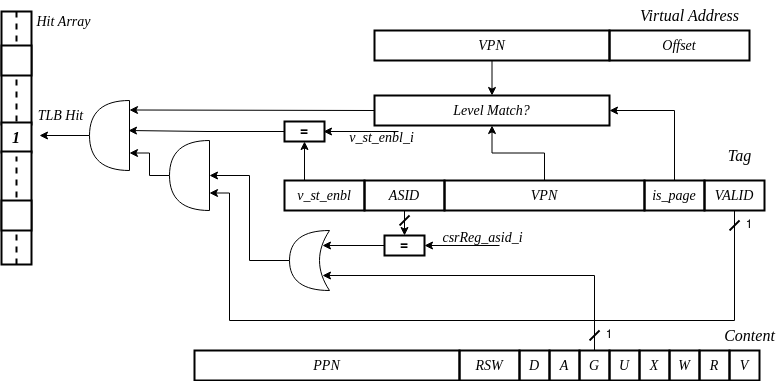
openhwgroup/cva6 keeps this draw.io diagram as docs/03_cva6_design/_static/cva6_tlb_hit.png. Above is the earlier version. Source tidied: cells renumbered, new cells last; positions are measured from the earlier drawing's top-left corner, leaving out a move shared by most shapes.
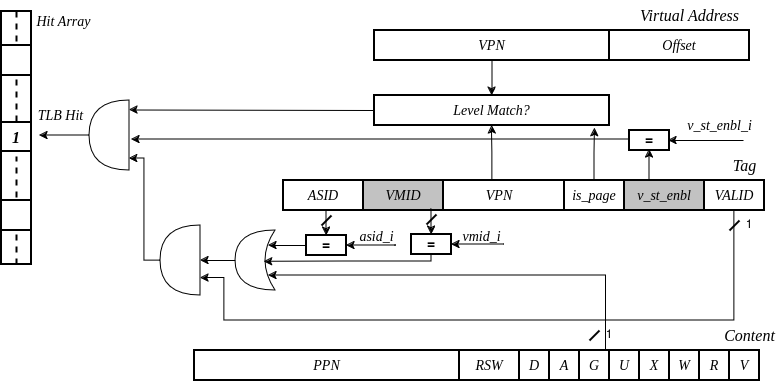
Later version of the same file.

Diff of the diagram source:
```diff
@@ -6,8 +6,8 @@
       <mxGeometry relative="1" as="geometry">
         <Array as="points">
           <mxPoint x="733" y="320" />
-          <mxPoint x="228" y="320" />
-          <mxPoint x="228" y="193" />
+          <mxPoint x="223" y="320" />
+          <mxPoint x="223" y="278" />
         </Array>
       </mxGeometry>
     </mxCell>
@@ -15,16 +15,18 @@
       <mxGeometry x="703" y="180" width="60" height="30" as="geometry" />
     </mxCell>
     <mxCell id="4" value="is_page" style="rounded=0;whiteSpace=wrap;html=1;strokeWidth=2;fillColor=none;fontStyle=2;fontSize=14;fontFamily=Times New Roman;" parent="1" vertex="1">
-      <mxGeometry x="643" y="180" width="60" height="30" as="geometry" />
+      <mxGeometry x="563" y="180" width="60" height="30" as="geometry" />
     </mxCell>
     <mxCell id="5" value="VPN" style="rounded=0;whiteSpace=wrap;html=1;strokeWidth=2;fillColor=none;fontStyle=2;fontSize=14;fontFamily=Times New Roman;" parent="1" vertex="1">
-      <mxGeometry x="443" y="180" width="200" height="30" as="geometry" />
+      <mxGeometry x="433" y="180" width="130" height="30" as="geometry" />
     </mxCell>
-    <mxCell id="6" style="edgeStyle=orthogonalEdgeStyle;rounded=0;jettySize=auto;html=1;exitX=0.5;exitY=1;exitDx=0;exitDy=0;entryX=0.5;entryY=0;entryDx=0;entryDy=0;" parent="1" edge="1" source="7" target="22">
-      <mxGeometry relative="1" as="geometry" />
+    <mxCell id="6" style="edgeStyle=orthogonalEdgeStyle;rounded=0;jettySize=auto;html=1;exitX=0.5;exitY=1;exitDx=0;exitDy=0;entryX=0.5;entryY=0;entryDx=0;entryDy=0;" parent="1" edge="1" target="22">
+      <mxGeometry relative="1" as="geometry">
+        <mxPoint x="324" y="210" as="sourcePoint" />
+      </mxGeometry>
     </mxCell>
-    <mxCell id="7" value="ASID" style="rounded=0;whiteSpace=wrap;html=1;strokeWidth=2;fillColor=none;fontStyle=2;fontSize=14;fontFamily=Times New Roman;" parent="1" vertex="1">
-      <mxGeometry x="363" y="180" width="80" height="30" as="geometry" />
+    <mxCell id="7" value="VMID" style="rounded=0;whiteSpace=wrap;html=1;strokeWidth=2;fillColor=#C2C2C2;fontStyle=2;fontSize=14;fontFamily=Times New Roman;" parent="1" vertex="1">
+      <mxGeometry x="362" y="180" width="80" height="30" as="geometry" />
     </mxCell>
     <mxCell id="8" value="V" style="rounded=0;whiteSpace=wrap;html=1;strokeWidth=2;fillColor=none;fontStyle=2;fontSize=14;fontFamily=Times New Roman;" parent="1" vertex="1">
       <mxGeometry x="728" y="350" width="30" height="30" as="geometry" />
@@ -41,10 +43,11 @@
     <mxCell id="12" value="U" style="rounded=0;whiteSpace=wrap;html=1;strokeWidth=2;fillColor=none;fontStyle=2;fontSize=14;fontFamily=Times New Roman;" parent="1" vertex="1">
       <mxGeometry x="608" y="350" width="30" height="30" as="geometry" />
     </mxCell>
-    <mxCell id="13" style="edgeStyle=orthogonalEdgeStyle;rounded=0;jettySize=auto;html=1;exitX=0.5;exitY=0;exitDx=0;exitDy=0;entryX=0.175;entryY=0.25;entryDx=0;entryDy=0;entryPerimeter=0;" parent="1" edge="1" source="14" target="24">
+    <mxCell id="13" style="edgeStyle=orthogonalEdgeStyle;rounded=0;jettySize=auto;html=1;exitX=0.5;exitY=0;exitDx=0;exitDy=0;entryX=0.175;entryY=0.25;entryDx=0;entryDy=0;entryPerimeter=0;" parent="1" edge="1" target="24">
       <mxGeometry relative="1" as="geometry">
+        <mxPoint x="604.6" y="350" as="sourcePoint" />
         <Array as="points">
-          <mxPoint x="593" y="275" />
+          <mxPoint x="605" y="275" />
         </Array>
       </mxGeometry>
     </mxCell>
@@ -73,19 +76,24 @@
       <mxGeometry relative="1" as="geometry" />
     </mxCell>
     <mxCell id="22" value="&lt;span style=&quot;font-size: 14px;&quot;&gt;=&lt;/span&gt;" style="rounded=0;whiteSpace=wrap;html=1;fontStyle=1;fontSize=14;strokeWidth=2;" parent="1" vertex="1">
-      <mxGeometry x="383" y="235" width="40" height="20" as="geometry" />
+      <mxGeometry x="305" y="235" width="40" height="20" as="geometry" />
     </mxCell>
     <mxCell id="23" style="edgeStyle=orthogonalEdgeStyle;rounded=0;jettySize=auto;html=1;exitX=1;exitY=0.5;exitDx=0;exitDy=0;exitPerimeter=0;entryX=0;entryY=0.5;entryDx=0;entryDy=0;entryPerimeter=0;" parent="1" edge="1" source="24" target="26">
       <mxGeometry relative="1" as="geometry" />
     </mxCell>
     <mxCell id="24" style="shape=xor;whiteSpace=wrap;html=1;rotation=-180;fontStyle=0;" parent="1" vertex="1">
-      <mxGeometry x="288" y="230" width="40" height="60" as="geometry" />
+      <mxGeometry x="234" y="230" width="40" height="60" as="geometry" />
     </mxCell>
-    <mxCell id="25" style="edgeStyle=orthogonalEdgeStyle;rounded=0;jettySize=auto;html=1;exitX=1;exitY=0.5;exitDx=0;exitDy=0;exitPerimeter=0;entryX=0;entryY=0.25;entryDx=0;entryDy=0;entryPerimeter=0;" parent="1" edge="1" source="26" target="29">
-      <mxGeometry relative="1" as="geometry" />
+    <mxCell id="25" style="edgeStyle=orthogonalEdgeStyle;rounded=0;jettySize=auto;html=1;exitX=1;exitY=0.5;exitDx=0;exitDy=0;exitPerimeter=0;entryX=0.007;entryY=0.173;entryDx=0;entryDy=0;entryPerimeter=0;" parent="1" edge="1" source="26" target="29">
+      <mxGeometry relative="1" as="geometry">
+        <Array as="points">
+          <mxPoint x="143" y="260" />
+          <mxPoint x="143" y="158" />
+        </Array>
+      </mxGeometry>
     </mxCell>
     <mxCell id="26" style="shape=or;whiteSpace=wrap;html=1;rotation=-180;" parent="1" vertex="1">
-      <mxGeometry x="168" y="140" width="40" height="70" as="geometry" />
+      <mxGeometry x="159" y="225" width="40" height="70" as="geometry" />
     </mxCell>
     <mxCell id="27" style="edgeStyle=orthogonalEdgeStyle;rounded=0;jettySize=auto;html=1;exitX=0;exitY=0.5;exitDx=0;exitDy=0;entryX=0;entryY=0.75;entryDx=0;entryDy=0;entryPerimeter=0;" parent="1" edge="1" source="51">
       <mxGeometry relative="1" as="geometry">
@@ -100,13 +108,8 @@
     <mxCell id="29" style="shape=or;whiteSpace=wrap;html=1;rotation=-180;" parent="1" vertex="1">
       <mxGeometry x="88" y="100" width="40" height="70" as="geometry" />
     </mxCell>
-    <mxCell id="30" style="endArrow=classic;html=1;rounded=0;entryX=1;entryY=0.5;entryDx=0;entryDy=0;" parent="1" edge="1" target="22">
-      <mxGeometry relative="1" as="geometry">
-        <mxPoint x="498" y="245" as="sourcePoint" />
-      </mxGeometry>
-    </mxCell>
-    <mxCell id="31" value="csrReg_asid_i" style="text;html=1;align=center;verticalAlign=middle;strokeColor=none;fillColor=none;fontFamily=Times New Roman;fontSize=14;fontStyle=2;" parent="1" vertex="1">
-      <mxGeometry x="431" y="222" width="100" height="30" as="geometry" />
+    <mxCell id="31" value="asid_i" style="text;html=1;align=center;verticalAlign=middle;strokeColor=none;fillColor=none;fontFamily=Times New Roman;fontSize=14;fontStyle=2;" parent="1" vertex="1">
+      <mxGeometry x="345" y="221" width="60" height="30" as="geometry" />
     </mxCell>
     <mxCell id="32" value="TLB Hit" style="text;html=1;align=center;verticalAlign=middle;strokeColor=none;fillColor=none;fontFamily=Times New Roman;fontSize=14;fontStyle=2;" parent="1" vertex="1">
       <mxGeometry x="24" y="100" width="70" height="30" as="geometry" />
@@ -131,15 +134,15 @@
     </mxCell>
     <mxCell id="37" style="endArrow=none;html=1;rounded=0;strokeWidth=2;" parent="1" edge="1">
       <mxGeometry relative="1" as="geometry">
-        <mxPoint x="398" y="225" as="sourcePoint" />
-        <mxPoint x="408" y="215" as="targetPoint" />
+        <mxPoint x="320" y="225" as="sourcePoint" />
+        <mxPoint x="330" y="215" as="targetPoint" />
       </mxGeometry>
     </mxCell>
     <mxCell id="38" value="Virtual Address" style="text;html=1;align=center;verticalAlign=middle;strokeColor=none;fillColor=none;fontFamily=Times New Roman;fontSize=16;fontStyle=2;" parent="1" vertex="1">
       <mxGeometry x="628" width="120" height="30" as="geometry" />
     </mxCell>
     <mxCell id="39" value="Tag" style="text;html=1;align=center;verticalAlign=middle;strokeColor=none;fillColor=none;fontFamily=Times New Roman;fontSize=16;fontStyle=2;" parent="1" vertex="1">
-      <mxGeometry x="713" y="140" width="50" height="30" as="geometry" />
+      <mxGeometry x="718" y="150" width="50" height="30" as="geometry" />
     </mxCell>
     <mxCell id="40" value="Content" style="text;html=1;align=center;verticalAlign=middle;strokeColor=none;fillColor=none;fontFamily=Times New Roman;fontSize=16;fontStyle=2;" parent="1" vertex="1">
       <mxGeometry x="713" y="320" width="70" height="30" as="geometry" />
@@ -189,33 +192,93 @@
       <mxGeometry relative="1" as="geometry" />
     </mxCell>
     <mxCell id="53" style="edgeStyle=orthogonalEdgeStyle;rounded=0;jettySize=auto;html=1;exitX=0.5;exitY=0;exitDx=0;exitDy=0;entryX=0.5;entryY=1;entryDx=0;entryDy=0;" parent="1" edge="1" source="5" target="51">
-      <mxGeometry relative="1" as="geometry" />
+      <mxGeometry relative="1" as="geometry">
+        <Array as="points">
+          <mxPoint x="491" y="180" />
+          <mxPoint x="491" y="152" />
+        </Array>
+      </mxGeometry>
     </mxCell>
-    <mxCell id="54" style="edgeStyle=orthogonalEdgeStyle;rounded=0;jettySize=auto;html=1;exitX=0.5;exitY=0;exitDx=0;exitDy=0;entryX=1;entryY=0.5;entryDx=0;entryDy=0;" parent="1" edge="1" source="4" target="51">
+    <mxCell id="54" style="edgeStyle=orthogonalEdgeStyle;rounded=0;jettySize=auto;html=1;exitX=0.5;exitY=0;exitDx=0;exitDy=0;entryX=0.938;entryY=1.086;entryDx=0;entryDy=0;entryPerimeter=0;" parent="1" edge="1" source="4" target="51">
       <mxGeometry relative="1" as="geometry" />
     </mxCell>
-    <mxCell id="55" value="v_st_enbl" style="rounded=0;whiteSpace=wrap;html=1;strokeWidth=2;fillColor=none;fontStyle=2;fontSize=14;fontFamily=Times New Roman;" parent="1" vertex="1">
-      <mxGeometry x="283" y="180" width="80" height="30" as="geometry" />
+    <mxCell id="55" value="v_st_enbl" style="rounded=0;whiteSpace=wrap;html=1;strokeWidth=2;fillColor=#C2C2C2;fontStyle=2;fontSize=14;fontFamily=Times New Roman;" parent="1" vertex="1">
+      <mxGeometry x="623" y="180" width="80" height="30" as="geometry" />
     </mxCell>
     <mxCell id="56" value="&lt;span style=&quot;font-size: 14px;&quot;&gt;=&lt;/span&gt;" style="rounded=0;whiteSpace=wrap;html=1;fontStyle=1;fontSize=14;strokeWidth=2;" parent="1" vertex="1">
-      <mxGeometry x="283" y="121" width="40" height="20" as="geometry" />
+      <mxGeometry x="628" y="130" width="40" height="20" as="geometry" />
     </mxCell>
-    <mxCell id="57" style="edgeStyle=orthogonalEdgeStyle;rounded=0;jettySize=auto;html=1;exitX=0;exitY=0.5;exitDx=0;exitDy=0;" parent="1" edge="1" source="56">
+    <mxCell id="57" style="edgeStyle=orthogonalEdgeStyle;rounded=0;jettySize=auto;html=1;exitX=0;exitY=0.5;exitDx=0;exitDy=0;entryX=-0.05;entryY=0.443;entryDx=0;entryDy=0;entryPerimeter=0;" parent="1" edge="1" source="56" target="29">
       <mxGeometry relative="1" as="geometry">
-        <mxPoint x="127" y="130" as="targetPoint" />
+        <Array as="points">
+          <mxPoint x="628" y="139" />
+        </Array>
       </mxGeometry>
     </mxCell>
-    <mxCell id="58" style="edgeStyle=orthogonalEdgeStyle;rounded=0;jettySize=auto;html=1;exitX=0.25;exitY=0;exitDx=0;exitDy=0;" parent="1" edge="1" source="55" target="56">
-      <mxGeometry relative="1" as="geometry" />
-    </mxCell>
     <mxCell id="59" style="endArrow=classic;html=1;rounded=0;entryX=1;entryY=0.5;entryDx=0;entryDy=0;" parent="1" edge="1">
       <mxGeometry relative="1" as="geometry">
-        <mxPoint x="397" y="131" as="sourcePoint" />
-        <mxPoint x="322" y="131" as="targetPoint" />
+        <mxPoint x="742" y="140" as="sourcePoint" />
+        <mxPoint x="667" y="140" as="targetPoint" />
       </mxGeometry>
     </mxCell>
     <mxCell id="60" value="v_st_enbl_i" style="text;html=1;align=center;verticalAlign=middle;strokeColor=none;fillColor=none;fontFamily=Times New Roman;fontSize=14;fontStyle=2;" parent="1" vertex="1">
-      <mxGeometry x="335" y="122" width="90" height="30" as="geometry" />
+      <mxGeometry x="673" y="110" width="90" height="30" as="geometry" />
     </mxCell>
+    <mxCell id="61" value="ASID" style="rounded=0;whiteSpace=wrap;html=1;strokeWidth=2;fillColor=none;fontStyle=2;fontSize=14;fontFamily=Times New Roman;" parent="1" vertex="1">
+      <mxGeometry x="282" y="180" width="80" height="30" as="geometry" />
+    </mxCell>
+    <mxCell id="62" style="edgeStyle=orthogonalEdgeStyle;rounded=0;jettySize=auto;html=1;exitX=0.5;exitY=1;exitDx=0;exitDy=0;entryX=0.5;entryY=0;entryDx=0;entryDy=0;" parent="1" edge="1" target="64">
+      <mxGeometry relative="1" as="geometry">
+        <mxPoint x="429" y="209" as="sourcePoint" />
+      </mxGeometry>
+    </mxCell>
+    <mxCell id="63" style="edgeStyle=orthogonalEdgeStyle;rounded=0;jettySize=auto;html=1;exitX=0.5;exitY=1;exitDx=0;exitDy=0;entryX=0.284;entryY=0.479;entryDx=0;entryDy=0;entryPerimeter=0;" parent="1" edge="1" source="64" target="24">
+      <mxGeometry relative="1" as="geometry">
+        <Array as="points">
+          <mxPoint x="430" y="261" />
+          <mxPoint x="342" y="261" />
+        </Array>
+      </mxGeometry>
+    </mxCell>
+    <mxCell id="64" value="&lt;span style=&quot;font-size: 14px;&quot;&gt;=&lt;/span&gt;" style="rounded=0;whiteSpace=wrap;html=1;fontStyle=1;fontSize=14;strokeWidth=2;" parent="1" vertex="1">
+      <mxGeometry x="410" y="234" width="40" height="20" as="geometry" />
+    </mxCell>
+    <mxCell id="65" style="endArrow=classic;html=1;rounded=0;entryX=1;entryY=0.5;entryDx=0;entryDy=0;" parent="1" edge="1" target="64">
+      <mxGeometry relative="1" as="geometry">
+        <mxPoint x="503" y="244" as="sourcePoint" />
+        <Array as="points">
+          <mxPoint x="500" y="244" />
+          <mxPoint x="470" y="244" />
+        </Array>
+      </mxGeometry>
+    </mxCell>
+    <mxCell id="66" style="endArrow=none;html=1;rounded=0;strokeWidth=2;" parent="1" edge="1">
+      <mxGeometry relative="1" as="geometry">
+        <mxPoint x="425" y="224" as="sourcePoint" />
+        <mxPoint x="435" y="214" as="targetPoint" />
+      </mxGeometry>
+    </mxCell>
+    <mxCell id="67" value="vmid_i" style="text;html=1;align=center;verticalAlign=middle;strokeColor=none;fillColor=none;fontFamily=Times New Roman;fontSize=14;fontStyle=2;" parent="1" vertex="1">
+      <mxGeometry x="450" y="221" width="60" height="30" as="geometry" />
+    </mxCell>
+    <mxCell id="68" style="endArrow=classic;html=1;rounded=0;entryX=1;entryY=0.5;entryDx=0;entryDy=0;" parent="1" edge="1">
+      <mxGeometry relative="1" as="geometry">
+        <mxPoint x="393" y="245" as="sourcePoint" />
+        <mxPoint x="345" y="244.9" as="targetPoint" />
+        <Array as="points">
+          <mxPoint x="395" y="244.9" />
+          <mxPoint x="365" y="244.9" />
+        </Array>
+      </mxGeometry>
+    </mxCell>
+    <mxCell id="69" style="edgeStyle=orthogonalEdgeStyle;rounded=0;orthogonalLoop=1;jettySize=auto;html=1;entryX=0.5;entryY=1;entryDx=0;entryDy=0;" parent="1" edge="1">
+      <mxGeometry relative="1" as="geometry">
+        <mxPoint x="648" y="179" as="sourcePoint" />
+        <mxPoint x="648" y="149" as="targetPoint" />
+        <Array as="points">
+          <mxPoint x="648" y="181" />
+        </Array>
+      </mxGeometry>
+    </mxCell>
   </root>
 </mxGraphModel>
```
